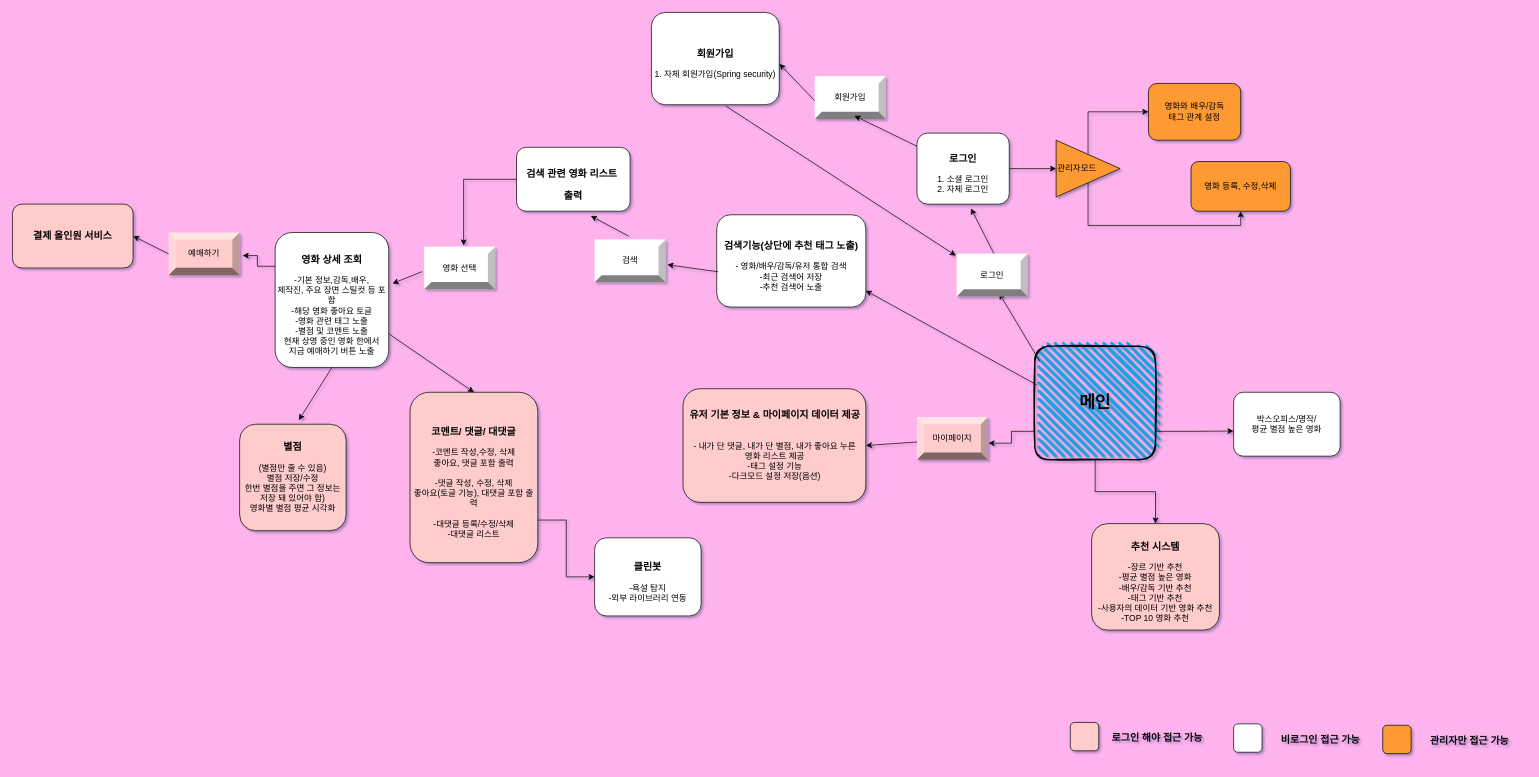
The draw.io diagram 전체 흐름.drawio in gangseunghyun/movie-project, before the edit. Source tidied: cells renumbered, new cells numbered last; positions are measured from the earlier drawing's top-left corner, leaving out a move shared by most shapes. Both pictures are drawn from the tidied source at 71%, with x=0, y=0 at pixel (12, 12).
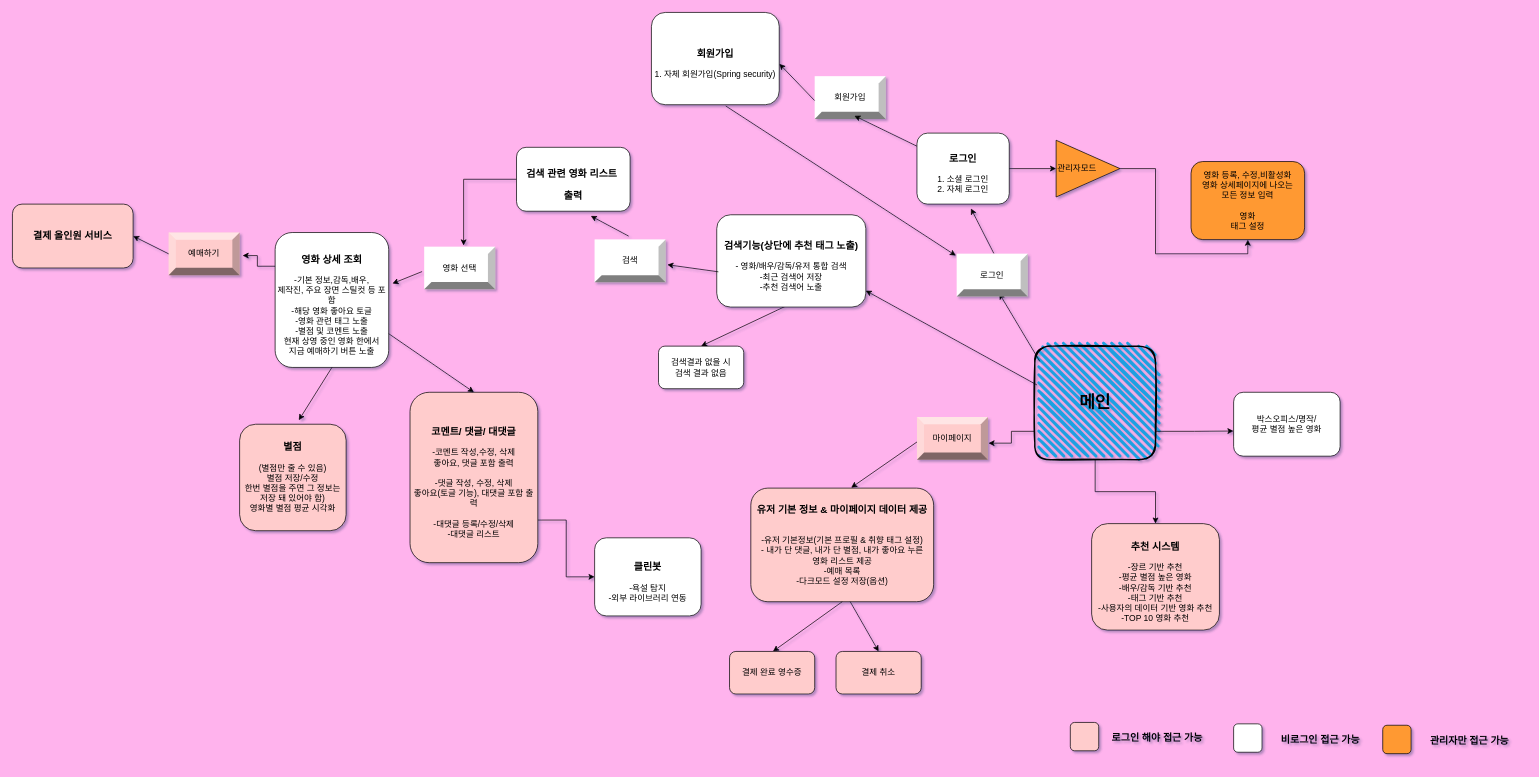
The same page after the edit.

Unchanged cells that the change refers to:
```xml
<mxCell id="37" value="관리자모드" style="triangle;whiteSpace=wrap;html=1;align=left;fillColor=#FF9933;" parent="1" vertex="1">
  <mxGeometry x="1470" y="180" width="90" height="80" as="geometry" />
</mxCell>
```

Diff of the diagram source:
```diff
@@
+    <mxCell id="52" style="endArrow=classic;html=1;rounded=0;entryX=0.5;entryY=0;entryDx=0;entryDy=0;" parent="1" edge="1" target="53">
+      <mxGeometry relative="1" as="geometry">
+        <mxPoint x="1097" y="410" as="sourcePoint" />
+      </mxGeometry>
+    </mxCell>
@@
-    <mxCell id="12" value="영화 등록, 수정,삭제" style="rounded=1;whiteSpace=wrap;html=1;fillColor=#FF9933;" parent="1" vertex="1">
-      <mxGeometry x="1660" y="210" width="140" height="70" as="geometry" />
+    <mxCell id="12" value="영화 등록, 수정,비활성화&lt;br&gt;영화 상세페이지에 나오는&lt;div&gt;모든 정보 입력&lt;/div&gt;&lt;div&gt;&lt;br&gt;&lt;/div&gt;&lt;div&gt;영화&lt;div&gt;태그 설정&lt;/div&gt;&lt;/div&gt;" style="rounded=1;whiteSpace=wrap;html=1;fillColor=#FF9933;" parent="1" vertex="1">
+      <mxGeometry x="1660" y="210" width="160" height="110" as="geometry" />
     </mxCell>
@@
-    <mxCell id="14" value="영화와 배우/감독&lt;div&gt;태그 관계 설정&lt;/div&gt;" style="rounded=1;whiteSpace=wrap;html=1;fillColor=#FF9933;" parent="1" vertex="1">
-      <mxGeometry x="1600" y="100" width="130" height="80" as="geometry" />
-    </mxCell>
@@
-    <mxCell id="18" value="&lt;h3&gt;유저 기본 정보 &amp;amp; 마이페이지 데이터 제공&lt;/h3&gt;&lt;div&gt;&lt;br&gt;&lt;/div&gt;&lt;div&gt;- 내가 단 댓글, 내가 단 별점, 내가 좋아요 누른&lt;/div&gt;&lt;div&gt;영화 리스트 제공&lt;/div&gt;&lt;div&gt;-태그 설정 기능&lt;/div&gt;&lt;div&gt;-다크모드 설정 저장(옵션)&lt;/div&gt;&lt;div&gt;&lt;br&gt;&lt;/div&gt;" style="rounded=1;whiteSpace=wrap;html=1;fillColor=#FFCCCC;" parent="1" vertex="1">
-      <mxGeometry x="944.5" y="530" width="257.5" height="160" as="geometry" />
+    <mxCell id="18" value="&lt;h3&gt;유저 기본 정보 &amp;amp; 마이페이지 데이터 제공&lt;/h3&gt;&lt;div&gt;&lt;br&gt;&lt;/div&gt;&lt;div&gt;-유저 기본정보(기본 프로필 &amp;amp; 취향 태그 설정)&lt;/div&gt;&lt;div&gt;- 내가 단 댓글, 내가 단 별점, 내가 좋아요 누른&lt;/div&gt;&lt;div&gt;영화 리스트 제공&lt;/div&gt;&lt;div&gt;-예매 목록&lt;/div&gt;&lt;div&gt;-다크모드 설정 저장(옵션)&lt;/div&gt;&lt;div&gt;&lt;br&gt;&lt;/div&gt;" style="rounded=1;whiteSpace=wrap;html=1;fillColor=#FFCCCC;" parent="1" vertex="1">
+      <mxGeometry x="1040" y="670" width="257.5" height="160" as="geometry" />
     </mxCell>
@@
-    <mxCell id="35" style="edgeStyle=orthogonalEdgeStyle;rounded=0;jettySize=auto;html=1;exitX=0.5;exitY=1;exitDx=0;exitDy=0;entryX=0.5;entryY=1;entryDx=0;entryDy=0;" parent="1" edge="1" source="37" target="12">
-      <mxGeometry relative="1" as="geometry">
-        <Array as="points">
-          <mxPoint x="1515" y="300" />
-          <mxPoint x="1730" y="300" />
-        </Array>
-      </mxGeometry>
+    <mxCell id="35" style="edgeStyle=orthogonalEdgeStyle;rounded=0;jettySize=auto;html=1;exitX=1;exitY=0.5;exitDx=0;exitDy=0;entryX=0.5;entryY=1;entryDx=0;entryDy=0;" parent="1" edge="1" source="37" target="12">
+      <mxGeometry relative="1" as="geometry" />
     </mxCell>
-    <mxCell id="36" style="edgeStyle=orthogonalEdgeStyle;rounded=0;jettySize=auto;html=1;exitX=0.5;exitY=0;exitDx=0;exitDy=0;entryX=0;entryY=0.5;entryDx=0;entryDy=0;" parent="1" edge="1" source="37" target="14">
-      <mxGeometry relative="1" as="geometry">
-        <Array as="points">
-          <mxPoint x="1515" y="140" />
-        </Array>
-      </mxGeometry>
-    </mxCell>
@@
-    <mxCell id="45" style="endArrow=classic;html=1;rounded=0;entryX=1;entryY=0.5;entryDx=0;entryDy=0;" parent="1" edge="1" target="18">
+    <mxCell id="45" style="endArrow=classic;html=1;rounded=0;entryX=0.549;entryY=-0.004;entryDx=0;entryDy=0;entryPerimeter=0;" parent="1" edge="1" target="18">
       <mxGeometry relative="1" as="geometry">
         <mxPoint x="1274" y="605" as="sourcePoint" />
       </mxGeometry>
     </mxCell>
@@
+    <mxCell id="53" value="검색결과 없을 시&lt;div&gt;검색 결과 없음&lt;/div&gt;" style="rounded=1;whiteSpace=wrap;html=1;" parent="1" vertex="1">
+      <mxGeometry x="910" y="470" width="120" height="60" as="geometry" />
+    </mxCell>
+    <mxCell id="54" style="endArrow=classic;html=1;rounded=0;exitX=0.5;exitY=1;exitDx=0;exitDy=0;" parent="1" edge="1" source="18">
+      <mxGeometry relative="1" as="geometry">
+        <mxPoint x="1071.2" y="900" as="targetPoint" />
+      </mxGeometry>
+    </mxCell>
+    <mxCell id="55" value="결제 완료 영수증" style="rounded=1;whiteSpace=wrap;html=1;fillColor=#FFCCCC;" parent="1" vertex="1">
+      <mxGeometry x="1010" y="900" width="120" height="60" as="geometry" />
+    </mxCell>
+    <mxCell id="56" value="결제 취소" style="rounded=1;whiteSpace=wrap;html=1;fillColor=#FFCCCC;" parent="1" vertex="1">
+      <mxGeometry x="1160" y="900" width="120" height="60" as="geometry" />
+    </mxCell>
+    <mxCell id="57" style="endArrow=classic;html=1;rounded=0;entryX=0.5;entryY=0;entryDx=0;entryDy=0;" parent="1" edge="1" target="56">
+      <mxGeometry relative="1" as="geometry">
+        <mxPoint x="1180" y="830" as="sourcePoint" />
+      </mxGeometry>
+    </mxCell>
```
